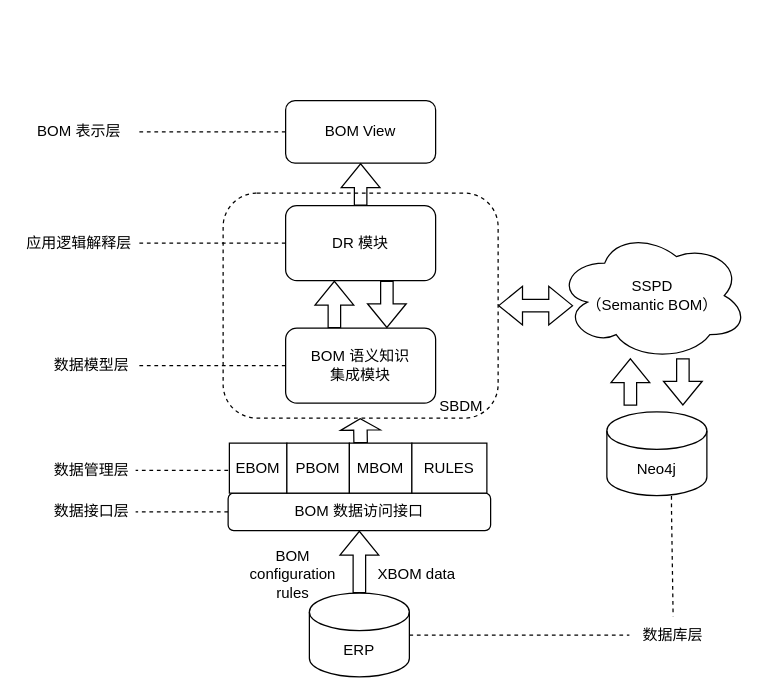
Before: page "Page-1" (1 of 4) of BOM/sys-design.drawio in littlelittlemoon/DiagramsRepository, a draw.io diagram. Source tidied: cells renumbered, new cells numbered last; positions are measured from the earlier drawing's top-left corner, leaving out a move shared by most shapes. Both pictures are drawn from the tidied source at 125%, with x=0, y=0 at pixel (22, 100).
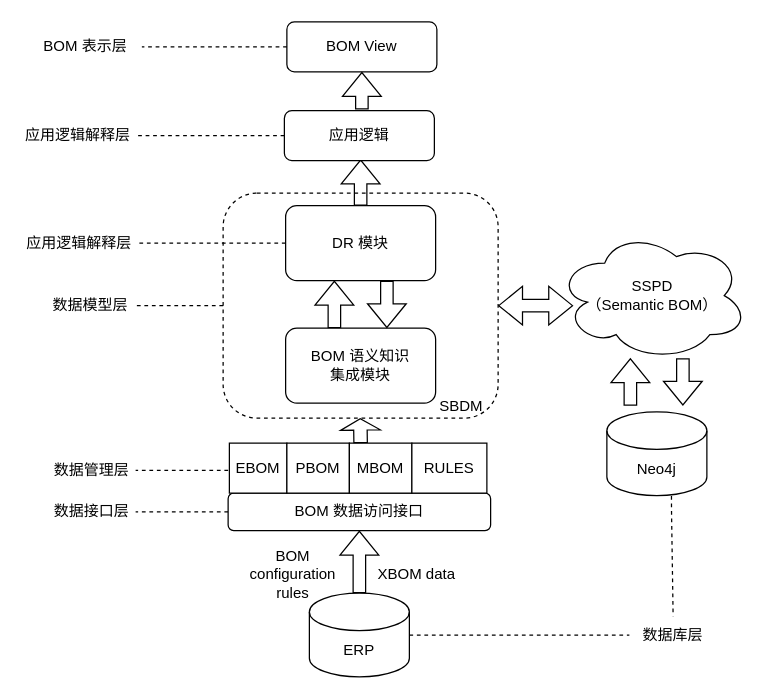
The same diagram, later.

Unchanged cells that the change refers to:
```xml
<mxCell id="2" value="SBDM&amp;nbsp; &amp;nbsp;" style="rounded=1;whiteSpace=wrap;html=1;fillColor=none;dashed=1;verticalAlign=bottom;align=right;" parent="1" vertex="1">
  <mxGeometry x="160" y="74" width="220" height="180" as="geometry" />
</mxCell>
<mxCell id="5" value="BOM 语义知识&lt;br&gt;集成模块" style="rounded=1;whiteSpace=wrap;html=1;" parent="1" vertex="1">
  <mxGeometry x="210" y="182" width="120" height="60" as="geometry" />
</mxCell>
<mxCell id="8" value="DR 模块" style="rounded=1;whiteSpace=wrap;html=1;" parent="1" vertex="1">
  <mxGeometry x="210" y="84" width="120" height="60" as="geometry" />
</mxCell>
```

Change to the diagram source:
```diff
@@
     <mxCell id="3" value="BOM View" style="rounded=1;whiteSpace=wrap;html=1;" parent="1" vertex="1">
-      <mxGeometry x="210" width="120" height="50" as="geometry" />
+      <mxGeometry x="211" y="-63" width="120" height="40" as="geometry" />
     </mxCell>
@@
-    <mxCell id="7" style="edgeStyle=orthogonalEdgeStyle;rounded=0;jettySize=auto;html=1;exitX=0.5;exitY=0;exitDx=0;exitDy=0;entryX=0.5;entryY=1;entryDx=0;entryDy=0;shape=flexArrow;" parent="1" edge="1" source="8" target="3">
-      <mxGeometry relative="1" as="geometry" />
+    <mxCell id="7" style="edgeStyle=orthogonalEdgeStyle;rounded=0;jettySize=auto;html=1;exitX=0.5;exitY=0;exitDx=0;exitDy=0;shape=flexArrow;" parent="1" edge="1" source="8">
+      <mxGeometry relative="1" as="geometry">
+        <mxPoint x="270" y="47" as="targetPoint" />
+      </mxGeometry>
     </mxCell>
@@
     <mxCell id="28" value="数据模型层" style="text;html=1;strokeColor=none;fillColor=none;align=center;verticalAlign=middle;whiteSpace=wrap;rounded=0;" parent="1" vertex="1">
-      <mxGeometry x="20" y="197" width="70" height="30" as="geometry" />
+      <mxGeometry x="19" y="149" width="70" height="30" as="geometry" />
     </mxCell>
@@
-    <mxCell id="32" style="edgeStyle=orthogonalEdgeStyle;rounded=0;jettySize=auto;html=1;exitX=0;exitY=0.5;exitDx=0;exitDy=0;strokeColor=default;strokeWidth=1;dashed=1;endArrow=none;endFill=0;entryX=1;entryY=0.5;entryDx=0;entryDy=0;" parent="1" edge="1" source="5" target="28">
+    <mxCell id="32" style="edgeStyle=orthogonalEdgeStyle;rounded=0;jettySize=auto;html=1;exitX=0;exitY=0.5;exitDx=0;exitDy=0;strokeColor=default;strokeWidth=1;dashed=1;endArrow=none;endFill=0;entryX=1;entryY=0.5;entryDx=0;entryDy=0;" parent="1" edge="1" source="2" target="28">
       <mxGeometry relative="1" as="geometry" />
     </mxCell>
@@
     <mxCell id="35" value="BOM 表示层" style="text;html=1;strokeColor=none;fillColor=none;align=center;verticalAlign=middle;whiteSpace=wrap;rounded=0;" parent="1" vertex="1">
-      <mxGeometry y="10" width="90" height="30" as="geometry" />
+      <mxGeometry x="5" y="-58" width="90" height="30" as="geometry" />
     </mxCell>
@@
+    <mxCell id="37" value="应用逻辑" style="rounded=1;whiteSpace=wrap;html=1;" parent="1" vertex="1">
+      <mxGeometry x="209" y="8" width="120" height="40" as="geometry" />
+    </mxCell>
+    <mxCell id="38" value="应用逻辑解释层" style="text;html=1;strokeColor=none;fillColor=none;align=center;verticalAlign=middle;whiteSpace=wrap;rounded=0;" parent="1" vertex="1">
+      <mxGeometry x="-1" y="13" width="90" height="30" as="geometry" />
+    </mxCell>
+    <mxCell id="39" style="edgeStyle=orthogonalEdgeStyle;rounded=0;jettySize=auto;html=1;strokeColor=default;strokeWidth=1;dashed=1;endArrow=none;endFill=0;entryX=1;entryY=0.5;entryDx=0;entryDy=0;" parent="1" edge="1" source="37" target="38">
+      <mxGeometry relative="1" as="geometry" />
+    </mxCell>
+    <mxCell id="40" style="edgeStyle=orthogonalEdgeStyle;rounded=0;orthogonalLoop=1;jettySize=auto;html=1;shape=flexArrow;" parent="1" edge="1">
+      <mxGeometry relative="1" as="geometry">
+        <mxPoint x="271" y="7" as="sourcePoint" />
+        <mxPoint x="271" y="-23" as="targetPoint" />
+      </mxGeometry>
+    </mxCell>
```
